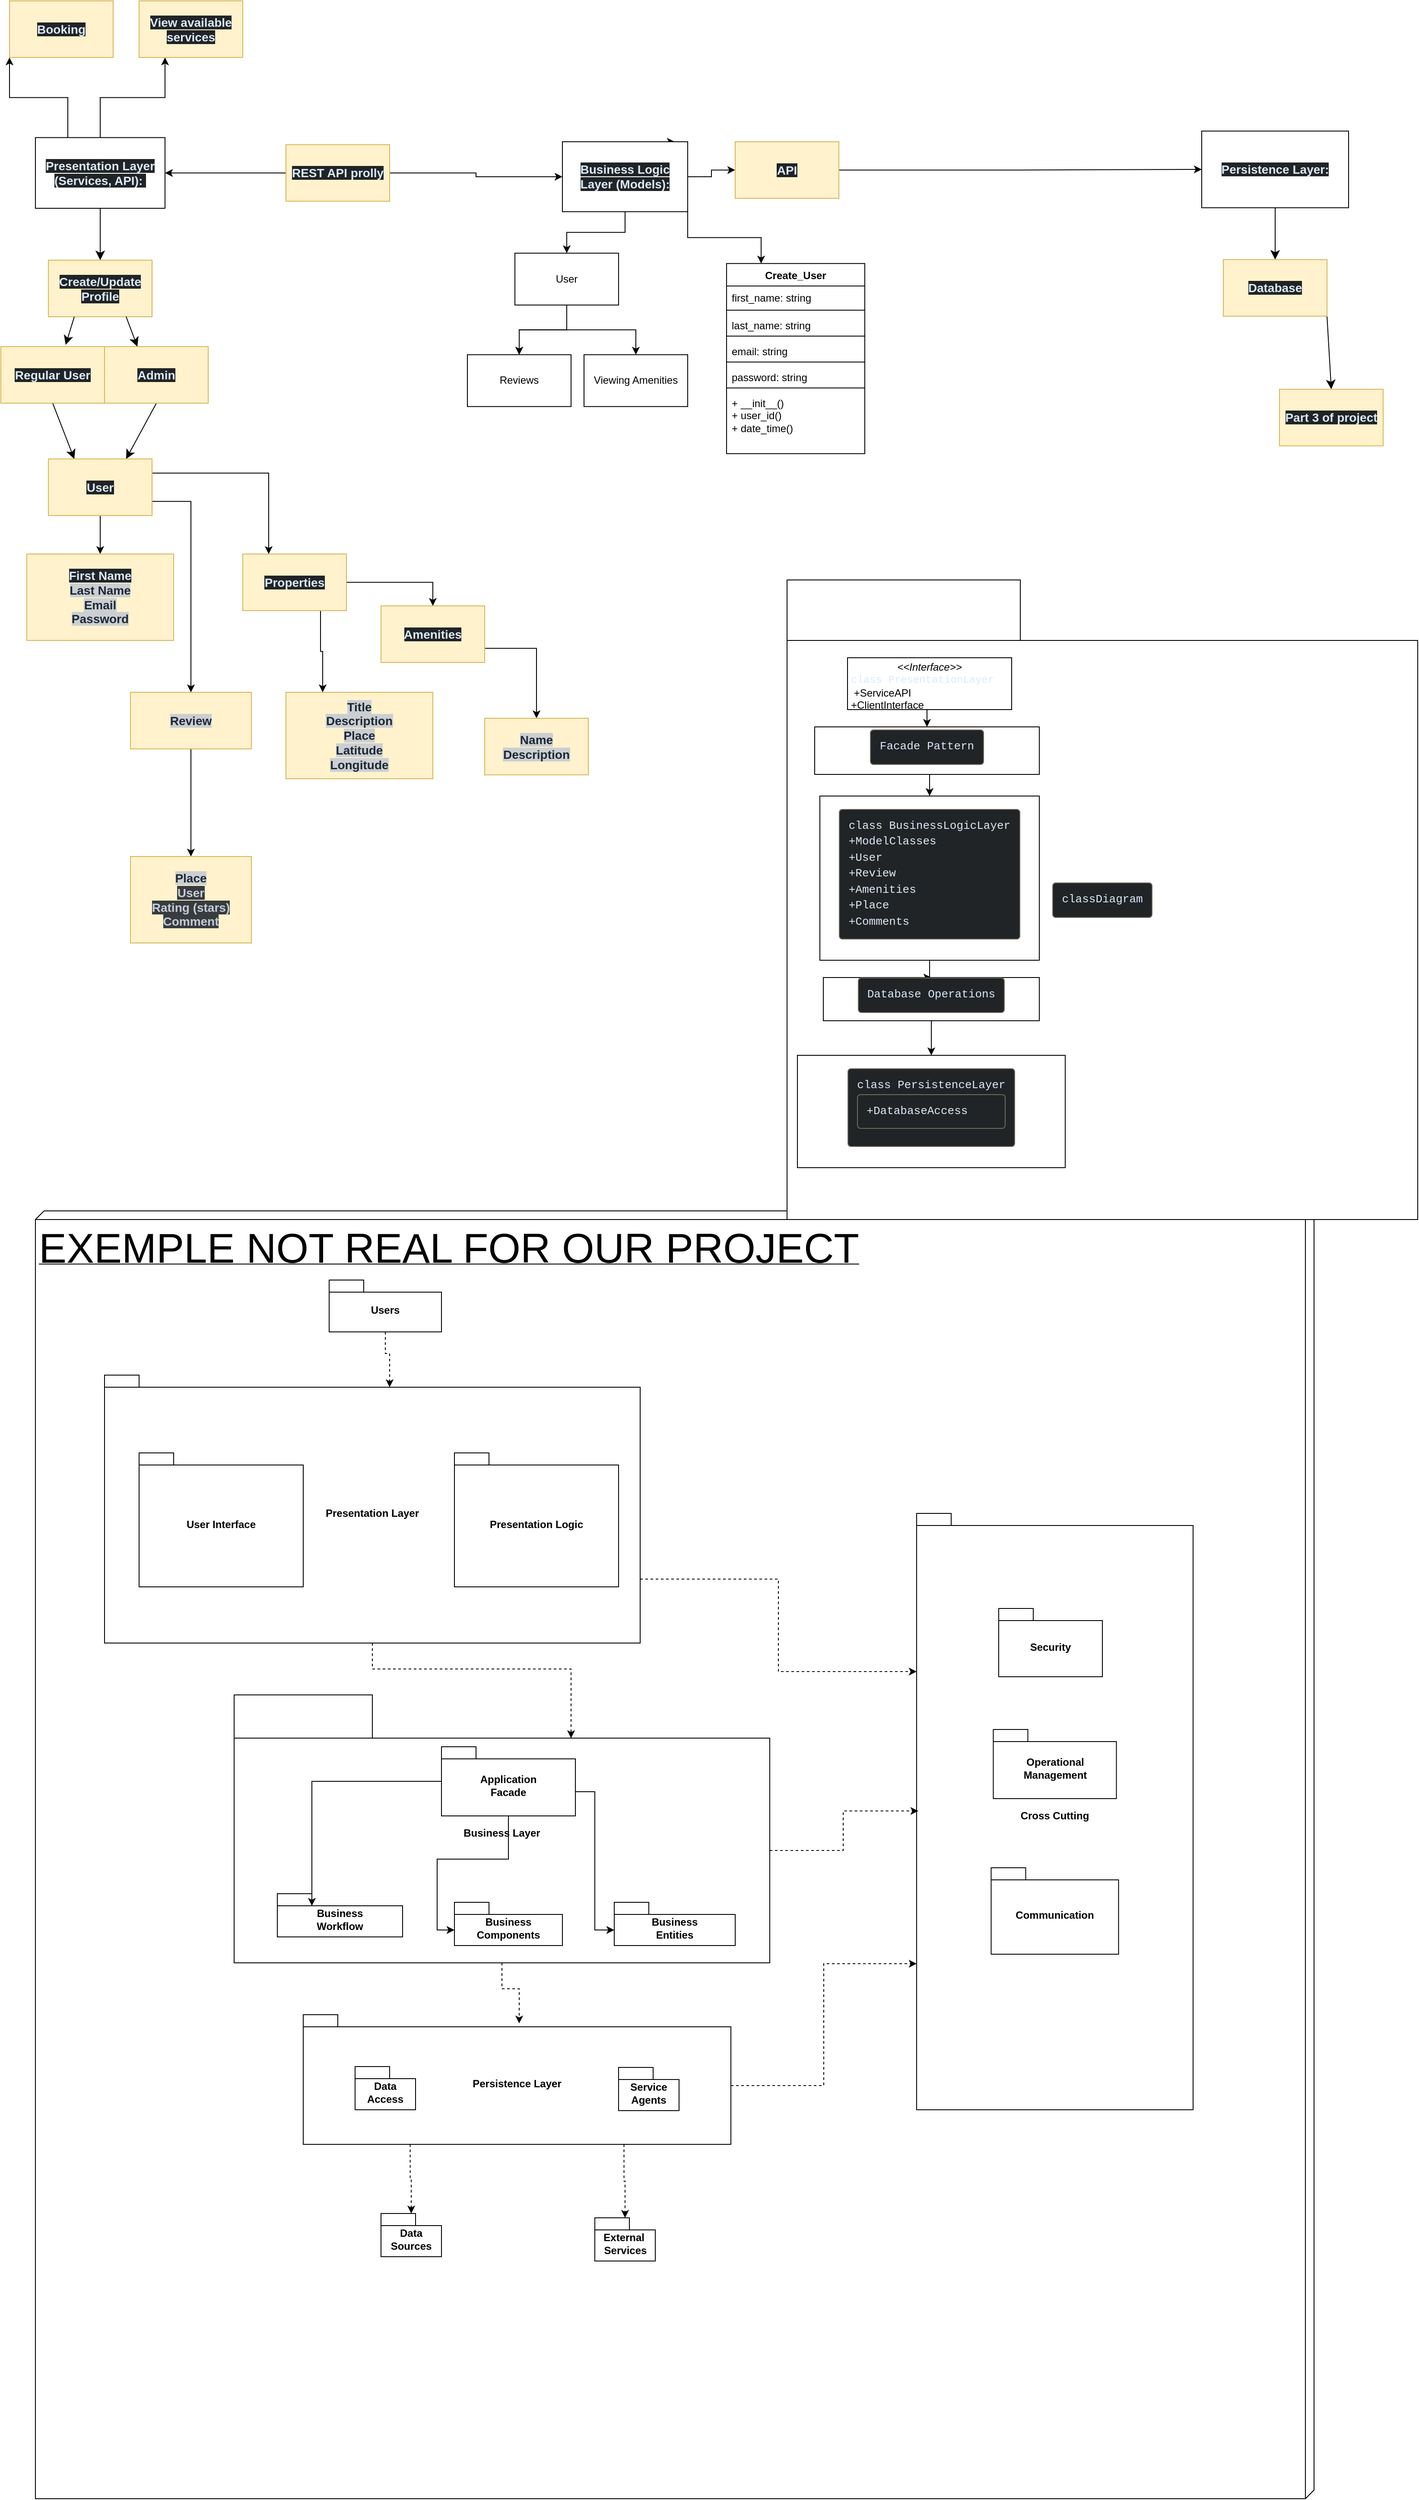
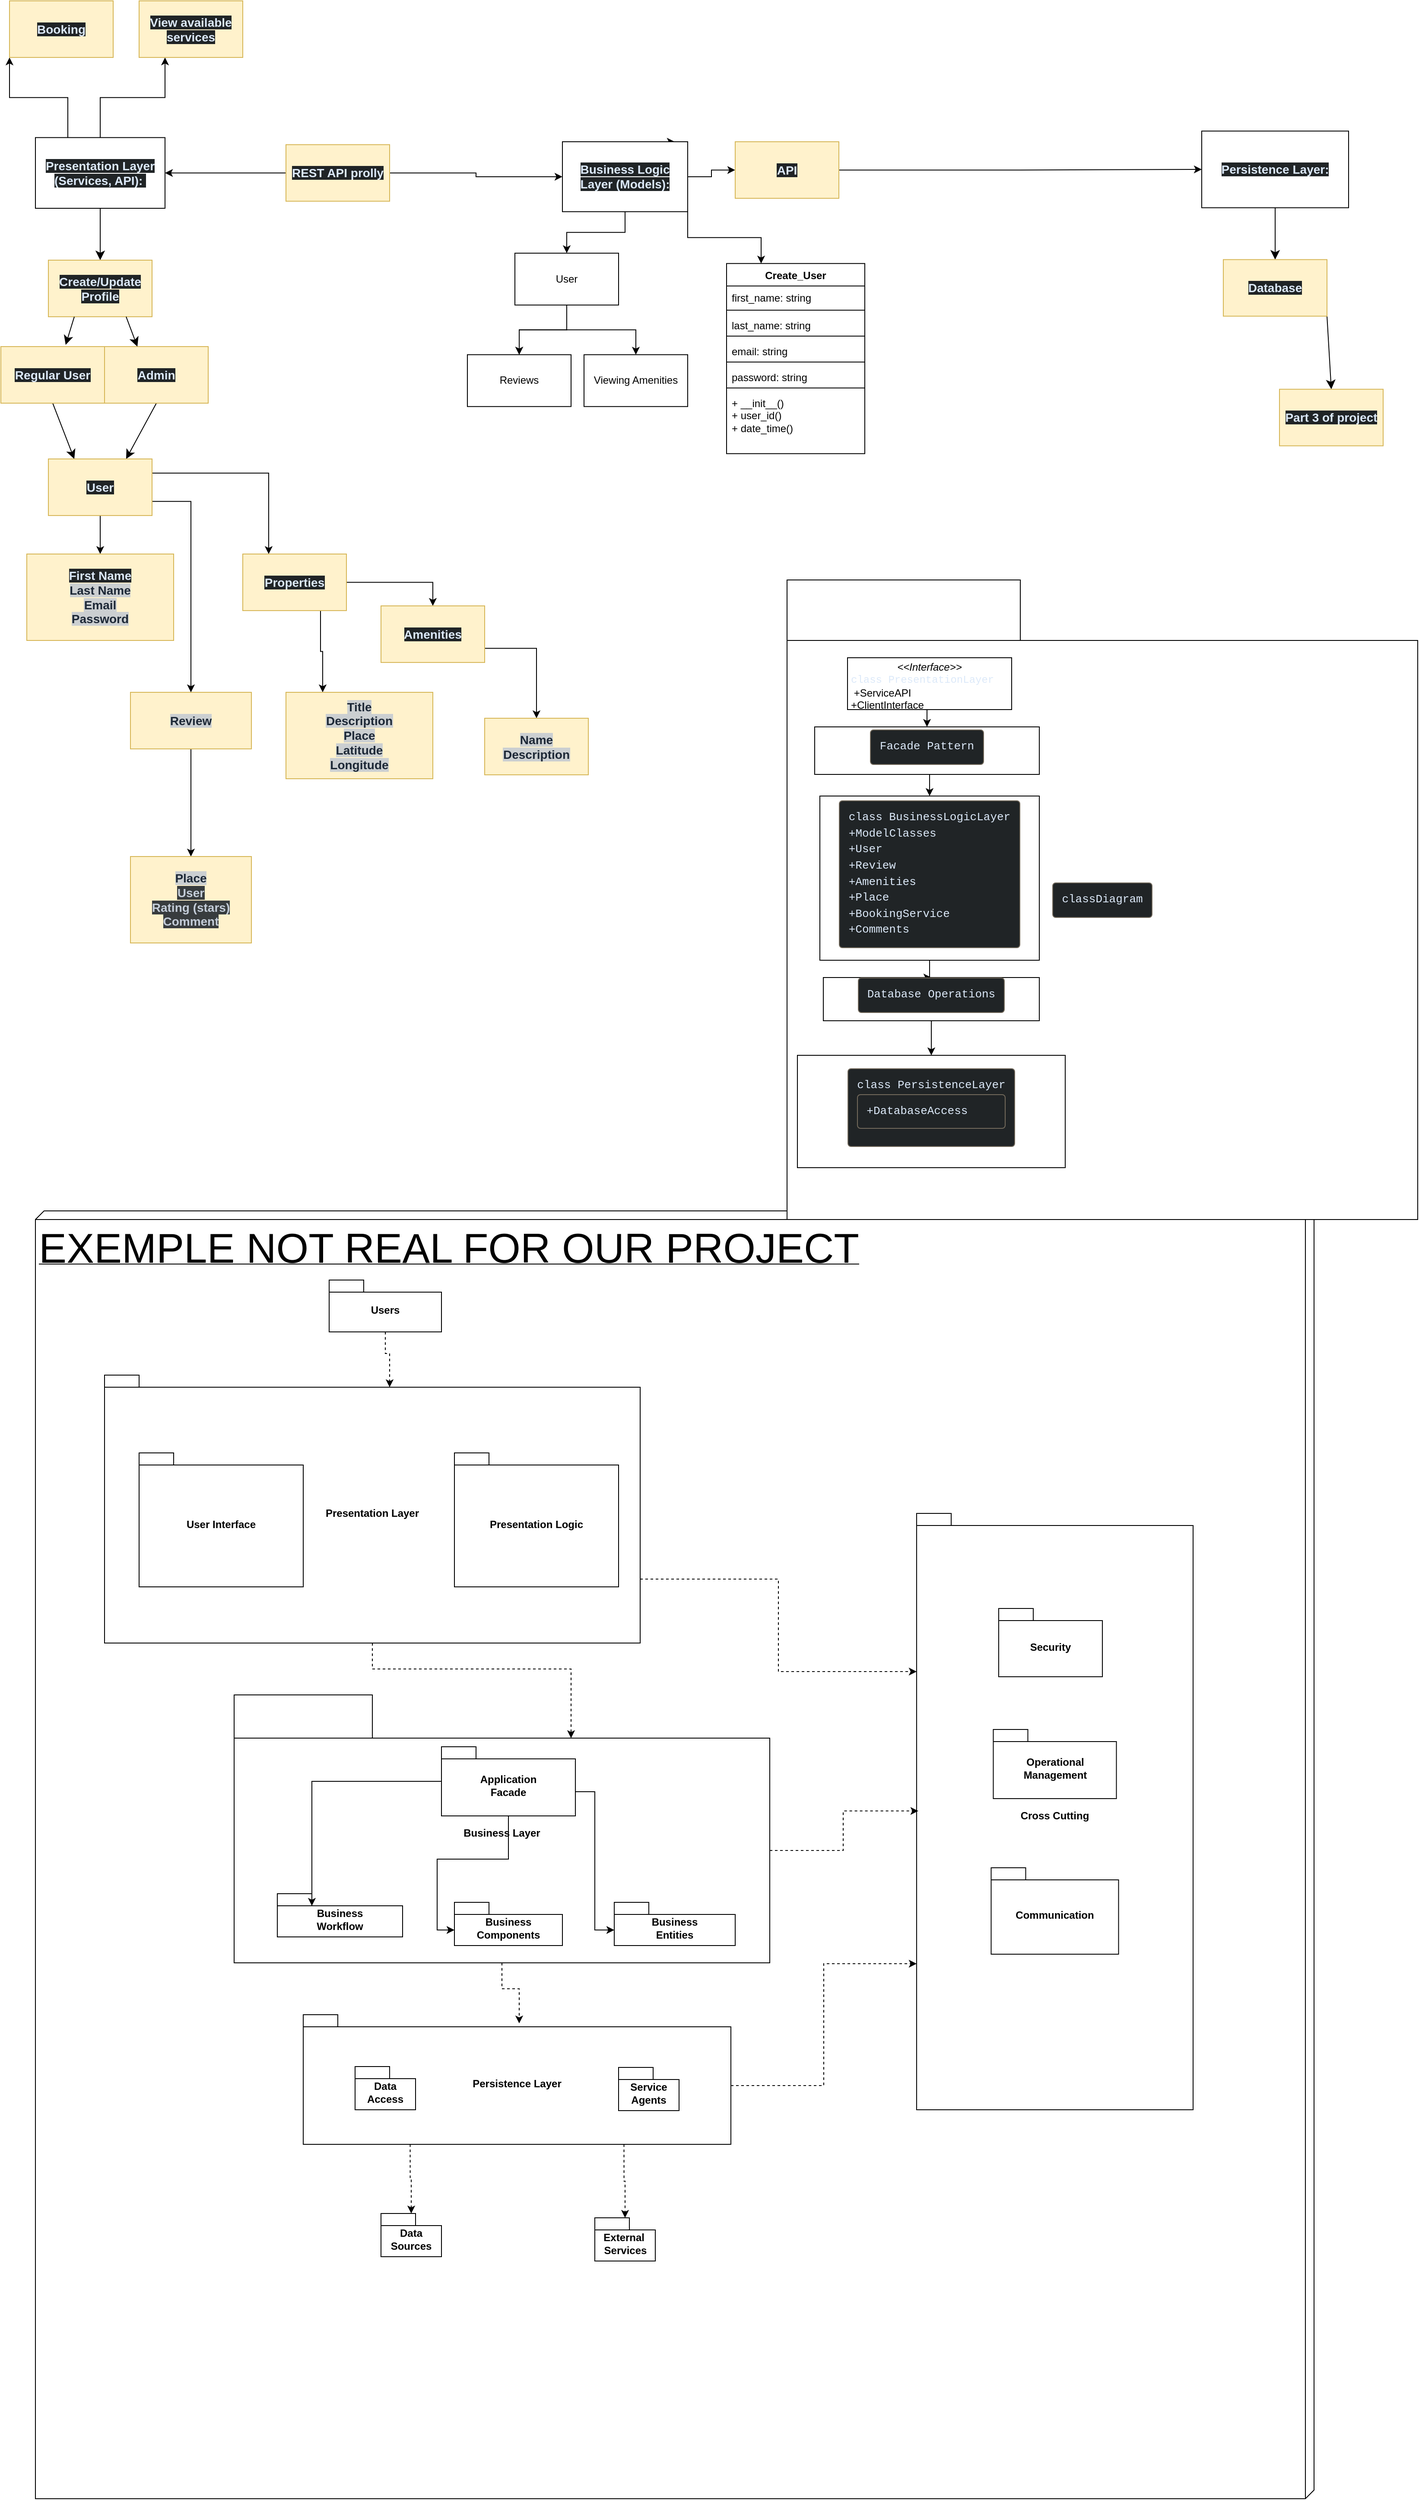
<mxfile host="app.diagrams.net">
  <diagram name="Page-1" id="-YqvBdWR7zro55ob8_1u">
-     <mxGraphModel dx="3757" dy="2047" grid="1" gridSize="10" guides="1" tooltips="1" connect="1" arrows="1" fold="1" page="1" pageScale="1" pageWidth="850" pageHeight="1100" math="0" shadow="0">
+     <mxGraphModel dx="1326" dy="722" grid="1" gridSize="10" guides="1" tooltips="1" connect="1" arrows="1" fold="1" page="1" pageScale="1" pageWidth="850" pageHeight="1100" math="0" shadow="0">
      <root>
        <mxCell id="0" />
        <mxCell id="1" parent="0" />
        <mxCell id="ak4_qq2vWhMhYVfdcJaX-1" parent="1" style="verticalAlign=top;align=left;spacingTop=8;spacingLeft=2;spacingRight=12;shape=cube;size=10;direction=south;fontStyle=4;html=1;whiteSpace=wrap;" value="&lt;font style=&quot;font-size: 48px;&quot;&gt;EXEMPLE NOT REAL FOR OUR PROJECT&lt;/font&gt;" vertex="1">
          <mxGeometry height="1490" width="1480" x="40" y="1500" as="geometry" />
        </mxCell>
        <mxCell id="Xk1fa7zEFvqhqLaLLcKz-15" parent="1" style="shape=folder;fontStyle=1;spacingTop=10;tabWidth=270;tabHeight=70;tabPosition=left;html=1;whiteSpace=wrap;" value="&lt;pre style=&quot;box-sizing: border-box; overflow: auto; font-family: Menlo, Monaco, Consolas, &amp;quot;Courier New&amp;quot;, monospace; font-size: 13px; margin: 0px 0px 10px; line-height: 1.42857; color: rgb(220, 233, 249); word-break: break-all; overflow-wrap: break-word; border-width: 1px; border-style: solid; border-image: initial; scrollbar-color: rgb(95, 99, 104) rgb(49, 54, 60); font-weight: 400; text-align: start; padding: 10px !important; background-color: rgb(32, 36, 38) !important; border-color: rgb(114, 105, 91) !important; border-radius: 4px !important;&quot;&gt;&lt;code class=&quot;mermaid language-mermaid&quot; style=&quot;box-sizing: border-box; font-family: Menlo, Monaco, Consolas, &amp;quot;Courier New&amp;quot;, monospace; font-size: inherit; padding: 0px; border-radius: 0px; white-space: pre-wrap; scrollbar-color: rgb(95, 99, 104) rgb(49, 54, 60); background-color: transparent !important;&quot;&gt;classDiagram&lt;/code&gt;&lt;/pre&gt;" vertex="1">
          <mxGeometry height="740" width="730" x="910" y="770" as="geometry" />
        </mxCell>
        <mxCell id="knfjWByLyRWuwcYY4K55-11" edge="1" parent="1" source="hUDn5ZNKDxH-Q9J3WyCt-1" style="edgeStyle=none;curved=1;rounded=0;orthogonalLoop=1;jettySize=auto;html=1;exitX=0.5;exitY=1;exitDx=0;exitDy=0;fontSize=12;startSize=8;endSize=8;" target="knfjWByLyRWuwcYY4K55-1">
          <mxGeometry relative="1" as="geometry" />
        </mxCell>
        <mxCell id="nrL1aRvaP8A3k5mvhdIb-1" edge="1" parent="1" source="hUDn5ZNKDxH-Q9J3WyCt-1" style="edgeStyle=orthogonalEdgeStyle;rounded=0;orthogonalLoop=1;jettySize=auto;html=1;exitX=0.25;exitY=0;exitDx=0;exitDy=0;entryX=0;entryY=1;entryDx=0;entryDy=0;" target="nDmQYND_-jVZAFU5oeKq-2">
          <mxGeometry relative="1" as="geometry" />
        </mxCell>
        <mxCell id="nrL1aRvaP8A3k5mvhdIb-2" edge="1" parent="1" source="hUDn5ZNKDxH-Q9J3WyCt-1" style="edgeStyle=orthogonalEdgeStyle;rounded=0;orthogonalLoop=1;jettySize=auto;html=1;exitX=0.5;exitY=0;exitDx=0;exitDy=0;entryX=0.25;entryY=1;entryDx=0;entryDy=0;" target="nDmQYND_-jVZAFU5oeKq-3">
          <mxGeometry relative="1" as="geometry" />
        </mxCell>
        <mxCell id="hUDn5ZNKDxH-Q9J3WyCt-1" parent="1" style="rounded=0;whiteSpace=wrap;html=1;" value="&lt;strong style=&quot;box-sizing: border-box; font-weight: bold; scrollbar-color: rgb(95, 99, 104) rgb(49, 54, 60); color: rgb(220, 233, 249); font-family: aktiv-grotesk, sans-serif; font-size: 14px; text-align: start; background-color: rgb(32, 36, 38);&quot;&gt;Presentation Layer (Services, API):&lt;/strong&gt;&lt;span style=&quot;color: rgb(220, 233, 249); font-family: aktiv-grotesk, sans-serif; font-size: 14px; text-align: start; background-color: rgb(32, 36, 38);&quot;&gt;&amp;nbsp;&lt;/span&gt;" vertex="1">
          <mxGeometry height="81.82" width="150" x="40" y="258.18" as="geometry" />
        </mxCell>
        <mxCell id="nrL1aRvaP8A3k5mvhdIb-28" edge="1" parent="1" source="hUDn5ZNKDxH-Q9J3WyCt-2" style="edgeStyle=orthogonalEdgeStyle;rounded=0;orthogonalLoop=1;jettySize=auto;html=1;exitX=0.75;exitY=0;exitDx=0;exitDy=0;">
          <mxGeometry relative="1" as="geometry">
            <mxPoint x="780" y="262.92" as="targetPoint" />
          </mxGeometry>
        </mxCell>
        <mxCell id="nrL1aRvaP8A3k5mvhdIb-29" edge="1" parent="1" source="hUDn5ZNKDxH-Q9J3WyCt-2" style="edgeStyle=orthogonalEdgeStyle;rounded=0;orthogonalLoop=1;jettySize=auto;html=1;exitX=1;exitY=0.5;exitDx=0;exitDy=0;entryX=0;entryY=0.5;entryDx=0;entryDy=0;" target="nrL1aRvaP8A3k5mvhdIb-25">
          <mxGeometry relative="1" as="geometry" />
        </mxCell>
        <mxCell id="IQe30unK_AcWwb2UXMVU-2" edge="1" parent="1" source="hUDn5ZNKDxH-Q9J3WyCt-2" style="edgeStyle=orthogonalEdgeStyle;rounded=0;orthogonalLoop=1;jettySize=auto;html=1;" target="IQe30unK_AcWwb2UXMVU-1" value="">
          <mxGeometry relative="1" as="geometry" />
        </mxCell>
        <mxCell id="bphd-XHS044pXj_6YrF3-8" edge="1" parent="1" source="hUDn5ZNKDxH-Q9J3WyCt-2" style="edgeStyle=orthogonalEdgeStyle;rounded=0;orthogonalLoop=1;jettySize=auto;html=1;exitX=1;exitY=1;exitDx=0;exitDy=0;entryX=0.25;entryY=0;entryDx=0;entryDy=0;" target="bphd-XHS044pXj_6YrF3-4">
          <mxGeometry relative="1" as="geometry" />
        </mxCell>
        <mxCell id="hUDn5ZNKDxH-Q9J3WyCt-2" parent="1" style="rounded=0;whiteSpace=wrap;html=1;" value="&lt;strong style=&quot;box-sizing: border-box; font-weight: bold; scrollbar-color: rgb(95, 99, 104) rgb(49, 54, 60); color: rgb(220, 233, 249); font-family: aktiv-grotesk, sans-serif; font-size: 14px; text-align: start; background-color: rgb(32, 36, 38);&quot;&gt;Business Logic Layer (Models):&lt;/strong&gt;" vertex="1">
          <mxGeometry height="80.93" width="145" x="650" y="262.99" as="geometry" />
        </mxCell>
        <mxCell id="knfjWByLyRWuwcYY4K55-10" edge="1" parent="1" source="hUDn5ZNKDxH-Q9J3WyCt-3" style="edgeStyle=none;curved=1;rounded=0;orthogonalLoop=1;jettySize=auto;html=1;exitX=0.5;exitY=1;exitDx=0;exitDy=0;entryX=0.5;entryY=0;entryDx=0;entryDy=0;fontSize=12;startSize=8;endSize=8;" target="knfjWByLyRWuwcYY4K55-9">
          <mxGeometry relative="1" as="geometry" />
        </mxCell>
        <mxCell id="hUDn5ZNKDxH-Q9J3WyCt-3" parent="1" style="rounded=0;whiteSpace=wrap;html=1;" value="&lt;strong style=&quot;box-sizing: border-box; font-weight: bold; scrollbar-color: rgb(95, 99, 104) rgb(49, 54, 60); color: rgb(220, 233, 249); font-family: aktiv-grotesk, sans-serif; font-size: 14px; text-align: start; background-color: rgb(32, 36, 38);&quot;&gt;Persistence Layer:&lt;/strong&gt;" vertex="1">
          <mxGeometry height="88.7" width="170" x="1390" y="250.65" as="geometry" />
        </mxCell>
        <mxCell id="nDmQYND_-jVZAFU5oeKq-2" parent="1" style="rounded=0;whiteSpace=wrap;html=1;fillColor=#fff2cc;strokeColor=#d6b656;" value="&lt;div style=&quot;text-align: start;&quot;&gt;&lt;font color=&quot;#dce9f9&quot; face=&quot;aktiv-grotesk, sans-serif&quot;&gt;&lt;span style=&quot;font-size: 14px; background-color: rgb(32, 36, 38);&quot;&gt;&lt;b&gt;Booking&lt;/b&gt;&lt;/span&gt;&lt;/font&gt;&lt;/div&gt;" vertex="1">
          <mxGeometry height="65.46" width="120" x="10" y="100" as="geometry" />
        </mxCell>
        <mxCell id="nDmQYND_-jVZAFU5oeKq-3" parent="1" style="rounded=0;whiteSpace=wrap;html=1;align=center;fillColor=#fff2cc;strokeColor=#d6b656;" value="&lt;div style=&quot;&quot;&gt;&lt;font color=&quot;#dce9f9&quot; face=&quot;aktiv-grotesk, sans-serif&quot;&gt;&lt;span style=&quot;font-size: 14px; background-color: rgb(32, 36, 38);&quot;&gt;&lt;b&gt;View available services&lt;/b&gt;&lt;/span&gt;&lt;/font&gt;&lt;/div&gt;" vertex="1">
          <mxGeometry height="65.46" width="120" x="160" y="100.00000000000003" as="geometry" />
        </mxCell>
        <mxCell id="bphd-XHS044pXj_6YrF3-2" edge="1" parent="1" source="nDmQYND_-jVZAFU5oeKq-4" style="edgeStyle=orthogonalEdgeStyle;rounded=0;orthogonalLoop=1;jettySize=auto;html=1;exitX=0.5;exitY=1;exitDx=0;exitDy=0;entryX=0.5;entryY=0;entryDx=0;entryDy=0;" target="bphd-XHS044pXj_6YrF3-1">
          <mxGeometry relative="1" as="geometry" />
        </mxCell>
        <mxCell id="nDmQYND_-jVZAFU5oeKq-4" parent="1" style="rounded=0;whiteSpace=wrap;html=1;align=center;fillColor=#fff2cc;strokeColor=#d6b656;" value="&lt;div style=&quot;&quot;&gt;&lt;font color=&quot;#1d2836&quot; face=&quot;aktiv-grotesk, sans-serif&quot;&gt;&lt;span style=&quot;font-size: 14px; background-color: rgb(203, 207, 209);&quot;&gt;&lt;b&gt;Review&lt;/b&gt;&lt;/span&gt;&lt;/font&gt;&lt;/div&gt;" vertex="1">
          <mxGeometry height="65.46" width="140" x="150" y="900" as="geometry" />
        </mxCell>
        <mxCell id="knfjWByLyRWuwcYY4K55-1" parent="1" style="rounded=0;whiteSpace=wrap;html=1;align=center;fillColor=#fff2cc;strokeColor=#d6b656;" value="&lt;div style=&quot;&quot;&gt;&lt;font color=&quot;#dce9f9&quot; face=&quot;aktiv-grotesk, sans-serif&quot;&gt;&lt;span style=&quot;font-size: 14px; background-color: rgb(32, 36, 38);&quot;&gt;&lt;b&gt;Create/Update Profile&lt;/b&gt;&lt;/span&gt;&lt;/font&gt;&lt;/div&gt;" vertex="1">
          <mxGeometry height="65.46" width="120" x="55" y="400" as="geometry" />
        </mxCell>
        <mxCell id="knfjWByLyRWuwcYY4K55-12" edge="1" parent="1" source="knfjWByLyRWuwcYY4K55-3" style="edgeStyle=none;curved=1;rounded=0;orthogonalLoop=1;jettySize=auto;html=1;exitX=0.5;exitY=1;exitDx=0;exitDy=0;entryX=0.25;entryY=0;entryDx=0;entryDy=0;fontSize=12;startSize=8;endSize=8;" target="knfjWByLyRWuwcYY4K55-7">
          <mxGeometry relative="1" as="geometry" />
        </mxCell>
        <mxCell id="knfjWByLyRWuwcYY4K55-3" parent="1" style="rounded=0;whiteSpace=wrap;html=1;align=center;fillColor=#fff2cc;strokeColor=#d6b656;" value="&lt;div style=&quot;&quot;&gt;&lt;font color=&quot;#dce9f9&quot; face=&quot;aktiv-grotesk, sans-serif&quot;&gt;&lt;span style=&quot;font-size: 14px; background-color: rgb(32, 36, 38);&quot;&gt;&lt;b&gt;Regular User&lt;/b&gt;&lt;/span&gt;&lt;/font&gt;&lt;/div&gt;" vertex="1">
          <mxGeometry height="65.46" width="120" y="500" as="geometry" />
        </mxCell>
        <mxCell id="knfjWByLyRWuwcYY4K55-13" edge="1" parent="1" source="knfjWByLyRWuwcYY4K55-4" style="edgeStyle=none;curved=1;rounded=0;orthogonalLoop=1;jettySize=auto;html=1;exitX=0.5;exitY=1;exitDx=0;exitDy=0;entryX=0.75;entryY=0;entryDx=0;entryDy=0;fontSize=12;startSize=8;endSize=8;" target="knfjWByLyRWuwcYY4K55-7">
          <mxGeometry relative="1" as="geometry" />
        </mxCell>
        <mxCell id="knfjWByLyRWuwcYY4K55-4" parent="1" style="rounded=0;whiteSpace=wrap;html=1;align=center;fillColor=#fff2cc;strokeColor=#d6b656;" value="&lt;div style=&quot;&quot;&gt;&lt;font color=&quot;#dce9f9&quot; face=&quot;aktiv-grotesk, sans-serif&quot;&gt;&lt;span style=&quot;font-size: 14px; background-color: rgb(32, 36, 38);&quot;&gt;&lt;b&gt;Admin&lt;/b&gt;&lt;/span&gt;&lt;/font&gt;&lt;/div&gt;" vertex="1">
          <mxGeometry height="65.46" width="120" x="120" y="500" as="geometry" />
        </mxCell>
        <mxCell id="knfjWByLyRWuwcYY4K55-5" edge="1" parent="1" source="knfjWByLyRWuwcYY4K55-1" style="edgeStyle=none;curved=1;rounded=0;orthogonalLoop=1;jettySize=auto;html=1;exitX=0.25;exitY=1;exitDx=0;exitDy=0;entryX=0.625;entryY=-0.031;entryDx=0;entryDy=0;entryPerimeter=0;fontSize=12;startSize=8;endSize=8;" target="knfjWByLyRWuwcYY4K55-3">
          <mxGeometry relative="1" as="geometry" />
        </mxCell>
        <mxCell id="knfjWByLyRWuwcYY4K55-6" edge="1" parent="1" source="knfjWByLyRWuwcYY4K55-1" style="edgeStyle=none;curved=1;rounded=0;orthogonalLoop=1;jettySize=auto;html=1;exitX=0.75;exitY=1;exitDx=0;exitDy=0;entryX=0.317;entryY=0;entryDx=0;entryDy=0;entryPerimeter=0;fontSize=12;startSize=8;endSize=8;" target="knfjWByLyRWuwcYY4K55-4">
          <mxGeometry relative="1" as="geometry" />
        </mxCell>
        <mxCell id="nrL1aRvaP8A3k5mvhdIb-16" edge="1" parent="1" source="knfjWByLyRWuwcYY4K55-7" style="edgeStyle=orthogonalEdgeStyle;rounded=0;orthogonalLoop=1;jettySize=auto;html=1;exitX=0.5;exitY=1;exitDx=0;exitDy=0;entryX=0.5;entryY=0;entryDx=0;entryDy=0;" target="nrL1aRvaP8A3k5mvhdIb-10">
          <mxGeometry relative="1" as="geometry" />
        </mxCell>
        <mxCell id="nrL1aRvaP8A3k5mvhdIb-18" edge="1" parent="1" source="knfjWByLyRWuwcYY4K55-7" style="edgeStyle=orthogonalEdgeStyle;rounded=0;orthogonalLoop=1;jettySize=auto;html=1;exitX=1;exitY=0.75;exitDx=0;exitDy=0;entryX=0.5;entryY=0;entryDx=0;entryDy=0;" target="nDmQYND_-jVZAFU5oeKq-4">
          <mxGeometry relative="1" as="geometry" />
        </mxCell>
        <mxCell id="nrL1aRvaP8A3k5mvhdIb-19" edge="1" parent="1" source="knfjWByLyRWuwcYY4K55-7" style="edgeStyle=orthogonalEdgeStyle;rounded=0;orthogonalLoop=1;jettySize=auto;html=1;exitX=1;exitY=0.25;exitDx=0;exitDy=0;entryX=0.25;entryY=0;entryDx=0;entryDy=0;" target="nrL1aRvaP8A3k5mvhdIb-3">
          <mxGeometry relative="1" as="geometry" />
        </mxCell>
        <mxCell id="knfjWByLyRWuwcYY4K55-7" parent="1" style="rounded=0;whiteSpace=wrap;html=1;align=center;fillColor=#fff2cc;strokeColor=#d6b656;" value="&lt;div style=&quot;&quot;&gt;&lt;font color=&quot;#dce9f9&quot; face=&quot;aktiv-grotesk, sans-serif&quot;&gt;&lt;span style=&quot;font-size: 14px; background-color: rgb(32, 36, 38);&quot;&gt;&lt;b&gt;User&lt;/b&gt;&lt;/span&gt;&lt;/font&gt;&lt;/div&gt;" vertex="1">
          <mxGeometry height="65.46" width="120" x="55" y="630" as="geometry" />
        </mxCell>
        <mxCell id="knfjWByLyRWuwcYY4K55-16" edge="1" parent="1" source="knfjWByLyRWuwcYY4K55-9" style="edgeStyle=none;curved=1;rounded=0;orthogonalLoop=1;jettySize=auto;html=1;exitX=1;exitY=1;exitDx=0;exitDy=0;entryX=0.5;entryY=0;entryDx=0;entryDy=0;fontSize=12;startSize=8;endSize=8;" target="knfjWByLyRWuwcYY4K55-14">
          <mxGeometry relative="1" as="geometry" />
        </mxCell>
        <mxCell id="knfjWByLyRWuwcYY4K55-9" parent="1" style="rounded=0;whiteSpace=wrap;html=1;align=center;fillColor=#fff2cc;strokeColor=#d6b656;" value="&lt;div style=&quot;&quot;&gt;&lt;font color=&quot;#dce9f9&quot; face=&quot;aktiv-grotesk, sans-serif&quot;&gt;&lt;span style=&quot;font-size: 14px; background-color: rgb(32, 36, 38);&quot;&gt;&lt;b&gt;Database&lt;/b&gt;&lt;/span&gt;&lt;/font&gt;&lt;/div&gt;" vertex="1">
          <mxGeometry height="65.46" width="120" x="1415" y="399.35" as="geometry" />
        </mxCell>
        <mxCell id="knfjWByLyRWuwcYY4K55-14" parent="1" style="rounded=0;whiteSpace=wrap;html=1;align=center;fillColor=#fff2cc;strokeColor=#d6b656;" value="&lt;div style=&quot;&quot;&gt;&lt;font color=&quot;#dce9f9&quot; face=&quot;aktiv-grotesk, sans-serif&quot;&gt;&lt;span style=&quot;font-size: 14px; background-color: rgb(32, 36, 38);&quot;&gt;&lt;b&gt;Part 3 of project&lt;/b&gt;&lt;/span&gt;&lt;/font&gt;&lt;/div&gt;" vertex="1">
          <mxGeometry height="65.46" width="120" x="1480" y="549.35" as="geometry" />
        </mxCell>
        <mxCell id="bphd-XHS044pXj_6YrF3-3" edge="1" parent="1" source="nrL1aRvaP8A3k5mvhdIb-3" style="edgeStyle=orthogonalEdgeStyle;rounded=0;orthogonalLoop=1;jettySize=auto;html=1;exitX=0.75;exitY=1;exitDx=0;exitDy=0;entryX=0.25;entryY=0;entryDx=0;entryDy=0;" target="nrL1aRvaP8A3k5mvhdIb-20">
          <mxGeometry relative="1" as="geometry">
            <mxPoint x="370.11764705882365" y="910" as="targetPoint" />
          </mxGeometry>
        </mxCell>
        <mxCell id="bphd-XHS044pXj_6YrF3-10" edge="1" parent="1" source="nrL1aRvaP8A3k5mvhdIb-3" style="edgeStyle=orthogonalEdgeStyle;rounded=0;orthogonalLoop=1;jettySize=auto;html=1;exitX=1;exitY=0.5;exitDx=0;exitDy=0;entryX=0.5;entryY=0;entryDx=0;entryDy=0;" target="bphd-XHS044pXj_6YrF3-9">
          <mxGeometry relative="1" as="geometry" />
        </mxCell>
        <mxCell id="nrL1aRvaP8A3k5mvhdIb-3" parent="1" style="rounded=0;whiteSpace=wrap;html=1;align=center;fillColor=#fff2cc;strokeColor=#d6b656;" value="&lt;div style=&quot;&quot;&gt;&lt;font color=&quot;#dce9f9&quot; face=&quot;aktiv-grotesk, sans-serif&quot;&gt;&lt;span style=&quot;font-size: 14px; background-color: rgb(32, 36, 38);&quot;&gt;&lt;b&gt;Properties&lt;/b&gt;&lt;/span&gt;&lt;/font&gt;&lt;/div&gt;" vertex="1">
          <mxGeometry height="65.46" width="120" x="280" y="740" as="geometry" />
        </mxCell>
        <mxCell id="nrL1aRvaP8A3k5mvhdIb-10" parent="1" style="rounded=0;whiteSpace=wrap;html=1;align=center;fillColor=#fff2cc;strokeColor=#d6b656;" value="&lt;div style=&quot;&quot;&gt;&lt;font color=&quot;#dce9f9&quot; face=&quot;aktiv-grotesk, sans-serif&quot;&gt;&lt;span style=&quot;font-size: 14px; background-color: rgb(32, 36, 38);&quot;&gt;&lt;b&gt;First Name&lt;/b&gt;&lt;/span&gt;&lt;/font&gt;&lt;/div&gt;&lt;div style=&quot;&quot;&gt;&lt;font color=&quot;#1d2836&quot; face=&quot;aktiv-grotesk, sans-serif&quot;&gt;&lt;span style=&quot;font-size: 14px; background-color: rgb(203, 207, 209);&quot;&gt;&lt;b&gt;Last Name&lt;/b&gt;&lt;/span&gt;&lt;/font&gt;&lt;/div&gt;&lt;div style=&quot;&quot;&gt;&lt;font color=&quot;#1d2836&quot; face=&quot;aktiv-grotesk, sans-serif&quot;&gt;&lt;span style=&quot;font-size: 14px; background-color: rgb(203, 207, 209);&quot;&gt;&lt;b&gt;Email&lt;/b&gt;&lt;/span&gt;&lt;/font&gt;&lt;/div&gt;&lt;div style=&quot;&quot;&gt;&lt;font color=&quot;#1d2836&quot; face=&quot;aktiv-grotesk, sans-serif&quot;&gt;&lt;span style=&quot;font-size: 14px; background-color: rgb(203, 207, 209);&quot;&gt;&lt;b&gt;Password&lt;/b&gt;&lt;/span&gt;&lt;/font&gt;&lt;/div&gt;" vertex="1">
          <mxGeometry height="100" width="170" x="30" y="740" as="geometry" />
        </mxCell>
        <mxCell id="nrL1aRvaP8A3k5mvhdIb-20" parent="1" style="rounded=0;whiteSpace=wrap;html=1;align=center;fillColor=#fff2cc;strokeColor=#d6b656;" value="&lt;div style=&quot;&quot;&gt;&lt;font color=&quot;#1d2836&quot; face=&quot;aktiv-grotesk, sans-serif&quot;&gt;&lt;span style=&quot;font-size: 14px; background-color: rgb(203, 207, 209);&quot;&gt;&lt;b&gt;Title&lt;/b&gt;&lt;/span&gt;&lt;/font&gt;&lt;/div&gt;&lt;div style=&quot;&quot;&gt;&lt;font color=&quot;#1d2836&quot; face=&quot;aktiv-grotesk, sans-serif&quot;&gt;&lt;span style=&quot;font-size: 14px; background-color: rgb(203, 207, 209);&quot;&gt;&lt;b&gt;Description&lt;/b&gt;&lt;/span&gt;&lt;/font&gt;&lt;/div&gt;&lt;div style=&quot;&quot;&gt;&lt;font color=&quot;#1d2836&quot; face=&quot;aktiv-grotesk, sans-serif&quot;&gt;&lt;span style=&quot;font-size: 14px; background-color: rgb(203, 207, 209);&quot;&gt;&lt;b&gt;Place&lt;/b&gt;&lt;/span&gt;&lt;/font&gt;&lt;/div&gt;&lt;div style=&quot;&quot;&gt;&lt;font color=&quot;#1d2836&quot; face=&quot;aktiv-grotesk, sans-serif&quot;&gt;&lt;span style=&quot;font-size: 14px; background-color: rgb(203, 207, 209);&quot;&gt;&lt;b&gt;Latitude&lt;/b&gt;&lt;/span&gt;&lt;/font&gt;&lt;/div&gt;&lt;div style=&quot;&quot;&gt;&lt;font color=&quot;#1d2836&quot; face=&quot;aktiv-grotesk, sans-serif&quot;&gt;&lt;span style=&quot;font-size: 14px; background-color: rgb(203, 207, 209);&quot;&gt;&lt;b&gt;Longitude&lt;/b&gt;&lt;/span&gt;&lt;/font&gt;&lt;/div&gt;" vertex="1">
          <mxGeometry height="100" width="170" x="330" y="900" as="geometry" />
        </mxCell>
        <mxCell id="nrL1aRvaP8A3k5mvhdIb-26" edge="1" parent="1" source="nrL1aRvaP8A3k5mvhdIb-24" style="edgeStyle=orthogonalEdgeStyle;rounded=0;orthogonalLoop=1;jettySize=auto;html=1;exitX=1;exitY=0.5;exitDx=0;exitDy=0;" target="hUDn5ZNKDxH-Q9J3WyCt-2">
          <mxGeometry relative="1" as="geometry">
            <mxPoint x="610" y="299.5700000000001" as="sourcePoint" />
          </mxGeometry>
        </mxCell>
        <mxCell id="nrL1aRvaP8A3k5mvhdIb-27" edge="1" parent="1" source="nrL1aRvaP8A3k5mvhdIb-24" style="edgeStyle=orthogonalEdgeStyle;rounded=0;orthogonalLoop=1;jettySize=auto;html=1;exitX=0;exitY=0.5;exitDx=0;exitDy=0;entryX=1;entryY=0.5;entryDx=0;entryDy=0;" target="hUDn5ZNKDxH-Q9J3WyCt-1">
          <mxGeometry relative="1" as="geometry" />
        </mxCell>
        <mxCell id="nrL1aRvaP8A3k5mvhdIb-24" parent="1" style="rounded=0;whiteSpace=wrap;html=1;align=center;fillColor=#fff2cc;strokeColor=#d6b656;" value="&lt;div style=&quot;&quot;&gt;&lt;font color=&quot;#dce9f9&quot; face=&quot;aktiv-grotesk, sans-serif&quot;&gt;&lt;span style=&quot;font-size: 14px; background-color: rgb(32, 36, 38);&quot;&gt;&lt;b&gt;REST API prolly&lt;/b&gt;&lt;/span&gt;&lt;/font&gt;&lt;/div&gt;" vertex="1">
          <mxGeometry height="65.46" width="120" x="330" y="266.35999999999996" as="geometry" />
        </mxCell>
        <mxCell id="nrL1aRvaP8A3k5mvhdIb-30" edge="1" parent="1" source="nrL1aRvaP8A3k5mvhdIb-25" style="edgeStyle=orthogonalEdgeStyle;rounded=0;orthogonalLoop=1;jettySize=auto;html=1;exitX=1;exitY=0.5;exitDx=0;exitDy=0;entryX=0;entryY=0.5;entryDx=0;entryDy=0;" target="hUDn5ZNKDxH-Q9J3WyCt-3">
          <mxGeometry relative="1" as="geometry" />
        </mxCell>
        <mxCell id="nrL1aRvaP8A3k5mvhdIb-25" parent="1" style="rounded=0;whiteSpace=wrap;html=1;align=center;fillColor=#fff2cc;strokeColor=#d6b656;" value="&lt;div style=&quot;&quot;&gt;&lt;font color=&quot;#dce9f9&quot; face=&quot;aktiv-grotesk, sans-serif&quot;&gt;&lt;span style=&quot;font-size: 14px; background-color: rgb(32, 36, 38);&quot;&gt;&lt;b&gt;API&lt;/b&gt;&lt;/span&gt;&lt;/font&gt;&lt;/div&gt;" vertex="1">
          <mxGeometry height="65.46" width="120" x="850" y="262.99" as="geometry" />
        </mxCell>
        <mxCell id="bphd-XHS044pXj_6YrF3-1" parent="1" style="rounded=0;whiteSpace=wrap;html=1;align=center;fillColor=#fff2cc;strokeColor=#d6b656;" value="&lt;div style=&quot;&quot;&gt;&lt;font color=&quot;#1d2836&quot; face=&quot;aktiv-grotesk, sans-serif&quot;&gt;&lt;span style=&quot;font-size: 14px; background-color: rgb(203, 207, 209);&quot;&gt;&lt;b&gt;Place&lt;/b&gt;&lt;/span&gt;&lt;/font&gt;&lt;/div&gt;&lt;div style=&quot;&quot;&gt;&lt;font color=&quot;#c4cdd9&quot; face=&quot;aktiv-grotesk, sans-serif&quot;&gt;&lt;span style=&quot;font-size: 14px; background-color: rgb(56, 60, 62);&quot;&gt;&lt;b&gt;User&lt;/b&gt;&lt;/span&gt;&lt;/font&gt;&lt;/div&gt;&lt;div style=&quot;&quot;&gt;&lt;font color=&quot;#c4cdd9&quot; face=&quot;aktiv-grotesk, sans-serif&quot;&gt;&lt;span style=&quot;font-size: 14px; background-color: rgb(56, 60, 62);&quot;&gt;&lt;b&gt;Rating (stars)&lt;/b&gt;&lt;/span&gt;&lt;/font&gt;&lt;/div&gt;&lt;div style=&quot;&quot;&gt;&lt;font color=&quot;#c4cdd9&quot; face=&quot;aktiv-grotesk, sans-serif&quot;&gt;&lt;span style=&quot;font-size: 14px; background-color: rgb(56, 60, 62);&quot;&gt;&lt;b&gt;Comment&lt;/b&gt;&lt;/span&gt;&lt;/font&gt;&lt;/div&gt;" vertex="1">
          <mxGeometry height="100" width="140" x="150" y="1090" as="geometry" />
        </mxCell>
        <mxCell id="IQe30unK_AcWwb2UXMVU-4" edge="1" parent="1" source="IQe30unK_AcWwb2UXMVU-1" style="edgeStyle=orthogonalEdgeStyle;rounded=0;orthogonalLoop=1;jettySize=auto;html=1;" target="IQe30unK_AcWwb2UXMVU-3" value="">
          <mxGeometry relative="1" as="geometry" />
        </mxCell>
        <mxCell id="bphd-XHS044pXj_6YrF3-4" parent="1" style="swimlane;fontStyle=1;align=center;verticalAlign=top;childLayout=stackLayout;horizontal=1;startSize=26;horizontalStack=0;resizeParent=1;resizeParentMax=0;resizeLast=0;collapsible=1;marginBottom=0;whiteSpace=wrap;html=1;" value="Create_User" vertex="1">
          <mxGeometry height="220" width="160" x="840" y="403.92" as="geometry" />
        </mxCell>
        <mxCell id="bphd-XHS044pXj_6YrF3-5" parent="bphd-XHS044pXj_6YrF3-4" style="text;strokeColor=none;fillColor=none;align=left;verticalAlign=top;spacingLeft=4;spacingRight=4;overflow=hidden;rotatable=0;points=[[0,0.5],[1,0.5]];portConstraint=eastwest;whiteSpace=wrap;html=1;" value="first_name: string&lt;div&gt;&lt;br&gt;&lt;/div&gt;" vertex="1">
          <mxGeometry height="24" width="160" y="26" as="geometry" />
        </mxCell>
        <mxCell id="bphd-XHS044pXj_6YrF3-6" parent="bphd-XHS044pXj_6YrF3-4" style="line;strokeWidth=1;fillColor=none;align=left;verticalAlign=middle;spacingTop=-1;spacingLeft=3;spacingRight=3;rotatable=0;labelPosition=right;points=[];portConstraint=eastwest;strokeColor=inherit;" value="" vertex="1">
          <mxGeometry height="8" width="160" y="50" as="geometry" />
        </mxCell>
        <mxCell id="1CZEDAOxRYAH5AQD7Mqk-3" parent="bphd-XHS044pXj_6YrF3-4" style="text;strokeColor=none;fillColor=none;align=left;verticalAlign=top;spacingLeft=4;spacingRight=4;overflow=hidden;rotatable=0;points=[[0,0.5],[1,0.5]];portConstraint=eastwest;whiteSpace=wrap;html=1;" value="&lt;div&gt;last_name: string&lt;/div&gt;" vertex="1">
          <mxGeometry height="22" width="160" y="58" as="geometry" />
        </mxCell>
        <mxCell id="1CZEDAOxRYAH5AQD7Mqk-4" parent="bphd-XHS044pXj_6YrF3-4" style="line;strokeWidth=1;fillColor=none;align=left;verticalAlign=middle;spacingTop=-1;spacingLeft=3;spacingRight=3;rotatable=0;labelPosition=right;points=[];portConstraint=eastwest;strokeColor=inherit;" value="" vertex="1">
          <mxGeometry height="8" width="160" y="80" as="geometry" />
        </mxCell>
        <mxCell id="1CZEDAOxRYAH5AQD7Mqk-5" parent="bphd-XHS044pXj_6YrF3-4" style="text;strokeColor=none;fillColor=none;align=left;verticalAlign=top;spacingLeft=4;spacingRight=4;overflow=hidden;rotatable=0;points=[[0,0.5],[1,0.5]];portConstraint=eastwest;whiteSpace=wrap;html=1;" value="&lt;div&gt;email: string&lt;/div&gt;" vertex="1">
          <mxGeometry height="22" width="160" y="88" as="geometry" />
        </mxCell>
        <mxCell id="1CZEDAOxRYAH5AQD7Mqk-7" parent="bphd-XHS044pXj_6YrF3-4" style="line;strokeWidth=1;fillColor=none;align=left;verticalAlign=middle;spacingTop=-1;spacingLeft=3;spacingRight=3;rotatable=0;labelPosition=right;points=[];portConstraint=eastwest;strokeColor=inherit;" value="" vertex="1">
          <mxGeometry height="8" width="160" y="110" as="geometry" />
        </mxCell>
        <mxCell id="1CZEDAOxRYAH5AQD7Mqk-6" parent="bphd-XHS044pXj_6YrF3-4" style="text;strokeColor=none;fillColor=none;align=left;verticalAlign=top;spacingLeft=4;spacingRight=4;overflow=hidden;rotatable=0;points=[[0,0.5],[1,0.5]];portConstraint=eastwest;whiteSpace=wrap;html=1;" value="&lt;div&gt;password: string&lt;/div&gt;" vertex="1">
          <mxGeometry height="22" width="160" y="118" as="geometry" />
        </mxCell>
        <mxCell id="1CZEDAOxRYAH5AQD7Mqk-8" parent="bphd-XHS044pXj_6YrF3-4" style="line;strokeWidth=1;fillColor=none;align=left;verticalAlign=middle;spacingTop=-1;spacingLeft=3;spacingRight=3;rotatable=0;labelPosition=right;points=[];portConstraint=eastwest;strokeColor=inherit;" value="" vertex="1">
          <mxGeometry height="8" width="160" y="140" as="geometry" />
        </mxCell>
        <mxCell id="bphd-XHS044pXj_6YrF3-7" parent="bphd-XHS044pXj_6YrF3-4" style="text;strokeColor=none;fillColor=none;align=left;verticalAlign=top;spacingLeft=4;spacingRight=4;overflow=hidden;rotatable=0;points=[[0,0.5],[1,0.5]];portConstraint=eastwest;whiteSpace=wrap;html=1;" value="+ __init__()&lt;div&gt;+ user_id()&lt;/div&gt;&lt;div&gt;+ date_time()&lt;/div&gt;" vertex="1">
          <mxGeometry height="72" width="160" y="148" as="geometry" />
        </mxCell>
        <mxCell id="IQe30unK_AcWwb2UXMVU-5" edge="1" parent="1" source="IQe30unK_AcWwb2UXMVU-1" style="edgeStyle=orthogonalEdgeStyle;rounded=0;orthogonalLoop=1;jettySize=auto;html=1;" target="IQe30unK_AcWwb2UXMVU-3" value="">
          <mxGeometry relative="1" as="geometry" />
        </mxCell>
        <mxCell id="IQe30unK_AcWwb2UXMVU-7" edge="1" parent="1" source="IQe30unK_AcWwb2UXMVU-1" style="edgeStyle=orthogonalEdgeStyle;rounded=0;orthogonalLoop=1;jettySize=auto;html=1;" target="IQe30unK_AcWwb2UXMVU-6" value="">
          <mxGeometry relative="1" as="geometry" />
        </mxCell>
        <mxCell id="IQe30unK_AcWwb2UXMVU-1" parent="1" style="whiteSpace=wrap;html=1;rounded=0;" value="User" vertex="1">
          <mxGeometry height="60" width="120" x="595" y="391.9150000000001" as="geometry" />
        </mxCell>
        <mxCell id="IQe30unK_AcWwb2UXMVU-3" parent="1" style="whiteSpace=wrap;html=1;rounded=0;" value="Reviews" vertex="1">
          <mxGeometry height="60" width="120" x="540" y="509.3750000000001" as="geometry" />
        </mxCell>
        <mxCell id="IQe30unK_AcWwb2UXMVU-6" parent="1" style="whiteSpace=wrap;html=1;rounded=0;" value="Viewing Amenities" vertex="1">
          <mxGeometry height="60" width="120" x="675" y="509.37500000000006" as="geometry" />
        </mxCell>
        <mxCell id="bphd-XHS044pXj_6YrF3-12" edge="1" parent="1" source="bphd-XHS044pXj_6YrF3-9" style="edgeStyle=orthogonalEdgeStyle;rounded=0;orthogonalLoop=1;jettySize=auto;html=1;exitX=1;exitY=0.75;exitDx=0;exitDy=0;entryX=0.5;entryY=0;entryDx=0;entryDy=0;" target="bphd-XHS044pXj_6YrF3-11">
          <mxGeometry relative="1" as="geometry" />
        </mxCell>
        <mxCell id="bphd-XHS044pXj_6YrF3-9" parent="1" style="rounded=0;whiteSpace=wrap;html=1;align=center;fillColor=#fff2cc;strokeColor=#d6b656;" value="&lt;div style=&quot;&quot;&gt;&lt;font color=&quot;#dce9f9&quot; face=&quot;aktiv-grotesk, sans-serif&quot;&gt;&lt;span style=&quot;font-size: 14px; background-color: rgb(32, 36, 38);&quot;&gt;&lt;b&gt;Amenities&lt;/b&gt;&lt;/span&gt;&lt;/font&gt;&lt;/div&gt;" vertex="1">
          <mxGeometry height="65.46" width="120" x="440" y="800" as="geometry" />
        </mxCell>
        <mxCell id="bphd-XHS044pXj_6YrF3-11" parent="1" style="rounded=0;whiteSpace=wrap;html=1;align=center;fillColor=#fff2cc;strokeColor=#d6b656;" value="&lt;div style=&quot;&quot;&gt;&lt;font color=&quot;#1d2836&quot; face=&quot;aktiv-grotesk, sans-serif&quot;&gt;&lt;span style=&quot;font-size: 14px; background-color: rgb(203, 207, 209);&quot;&gt;&lt;b&gt;Name&lt;/b&gt;&lt;/span&gt;&lt;/font&gt;&lt;/div&gt;&lt;div style=&quot;&quot;&gt;&lt;font color=&quot;#1d2836&quot; face=&quot;aktiv-grotesk, sans-serif&quot;&gt;&lt;span style=&quot;font-size: 14px; background-color: rgb(203, 207, 209);&quot;&gt;&lt;b&gt;Description&lt;/b&gt;&lt;/span&gt;&lt;/font&gt;&lt;/div&gt;" vertex="1">
          <mxGeometry height="65.46" width="120" x="560" y="930" as="geometry" />
        </mxCell>
        <mxCell id="bphd-XHS044pXj_6YrF3-17" parent="1" style="shape=folder;fontStyle=1;spacingTop=10;tabWidth=40;tabHeight=14;tabPosition=left;html=1;whiteSpace=wrap;" value="Presentation Layer" vertex="1">
          <mxGeometry height="310" width="620" x="120" y="1690" as="geometry" />
        </mxCell>
        <mxCell id="bphd-XHS044pXj_6YrF3-19" parent="1" style="shape=folder;fontStyle=1;spacingTop=10;tabWidth=160;tabHeight=50;tabPosition=left;html=1;whiteSpace=wrap;" value="Business Layer" vertex="1">
          <mxGeometry height="310" width="620" x="270" y="2060" as="geometry" />
        </mxCell>
        <mxCell id="5oGTE3Xe48jpl4K919ed-21" edge="1" parent="1" source="bphd-XHS044pXj_6YrF3-20" style="edgeStyle=orthogonalEdgeStyle;rounded=0;orthogonalLoop=1;jettySize=auto;html=1;exitX=0.25;exitY=1;exitDx=0;exitDy=0;exitPerimeter=0;dashed=1;" target="5oGTE3Xe48jpl4K919ed-22">
          <mxGeometry relative="1" as="geometry">
            <mxPoint x="473.6923076923076" y="2640" as="targetPoint" />
          </mxGeometry>
        </mxCell>
        <mxCell id="5oGTE3Xe48jpl4K919ed-23" edge="1" parent="1" source="bphd-XHS044pXj_6YrF3-20" style="edgeStyle=orthogonalEdgeStyle;rounded=0;orthogonalLoop=1;jettySize=auto;html=1;exitX=0.75;exitY=1;exitDx=0;exitDy=0;exitPerimeter=0;dashed=1;" target="5oGTE3Xe48jpl4K919ed-24">
          <mxGeometry relative="1" as="geometry">
            <mxPoint x="721.3846153846152" y="2650" as="targetPoint" />
          </mxGeometry>
        </mxCell>
        <mxCell id="bphd-XHS044pXj_6YrF3-20" parent="1" style="shape=folder;fontStyle=1;spacingTop=10;tabWidth=40;tabHeight=14;tabPosition=left;html=1;whiteSpace=wrap;" value="Persistence Layer" vertex="1">
          <mxGeometry height="150" width="495" x="350" y="2430" as="geometry" />
        </mxCell>
        <mxCell id="bphd-XHS044pXj_6YrF3-21" parent="1" style="shape=folder;fontStyle=1;spacingTop=10;tabWidth=40;tabHeight=14;tabPosition=left;html=1;whiteSpace=wrap;" value="Presentation Logic" vertex="1">
          <mxGeometry height="155" width="190" x="525" y="1780" as="geometry" />
        </mxCell>
        <mxCell id="bphd-XHS044pXj_6YrF3-24" parent="1" style="shape=folder;fontStyle=1;spacingTop=10;tabWidth=40;tabHeight=14;tabPosition=left;html=1;whiteSpace=wrap;" value="User Interface" vertex="1">
          <mxGeometry height="155" width="190" x="160" y="1780" as="geometry" />
        </mxCell>
        <mxCell id="5oGTE3Xe48jpl4K919ed-3" edge="1" parent="1" source="5oGTE3Xe48jpl4K919ed-1" style="edgeStyle=orthogonalEdgeStyle;rounded=0;orthogonalLoop=1;jettySize=auto;html=1;exitX=0.5;exitY=1;exitDx=0;exitDy=0;exitPerimeter=0;entryX=0;entryY=0;entryDx=330;entryDy=14;entryPerimeter=0;dashed=1;" target="bphd-XHS044pXj_6YrF3-17">
          <mxGeometry relative="1" as="geometry" />
        </mxCell>
        <mxCell id="5oGTE3Xe48jpl4K919ed-1" parent="1" style="shape=folder;fontStyle=1;spacingTop=10;tabWidth=40;tabHeight=14;tabPosition=left;html=1;whiteSpace=wrap;" value="Users" vertex="1">
          <mxGeometry height="60" width="130" x="380" y="1580" as="geometry" />
        </mxCell>
        <mxCell id="5oGTE3Xe48jpl4K919ed-5" edge="1" parent="1" source="bphd-XHS044pXj_6YrF3-17" style="edgeStyle=orthogonalEdgeStyle;rounded=0;orthogonalLoop=1;jettySize=auto;html=1;exitX=0.5;exitY=1;exitDx=0;exitDy=0;exitPerimeter=0;entryX=0;entryY=0;entryDx=390;entryDy=50;entryPerimeter=0;dashed=1;" target="bphd-XHS044pXj_6YrF3-19">
          <mxGeometry relative="1" as="geometry" />
        </mxCell>
        <mxCell id="5oGTE3Xe48jpl4K919ed-6" edge="1" parent="1" source="bphd-XHS044pXj_6YrF3-19" style="edgeStyle=orthogonalEdgeStyle;rounded=0;orthogonalLoop=1;jettySize=auto;html=1;exitX=0.5;exitY=1;exitDx=0;exitDy=0;exitPerimeter=0;entryX=0.505;entryY=0.067;entryDx=0;entryDy=0;entryPerimeter=0;dashed=1;" target="bphd-XHS044pXj_6YrF3-20">
          <mxGeometry relative="1" as="geometry" />
        </mxCell>
        <mxCell id="5oGTE3Xe48jpl4K919ed-9" parent="1" style="shape=folder;fontStyle=1;spacingTop=10;tabWidth=40;tabHeight=14;tabPosition=left;html=1;whiteSpace=wrap;" value="Application&lt;div&gt;Facade&lt;/div&gt;" vertex="1">
          <mxGeometry height="80" width="155" x="510" y="2120" as="geometry" />
        </mxCell>
        <mxCell id="5oGTE3Xe48jpl4K919ed-10" parent="1" style="shape=folder;fontStyle=1;spacingTop=10;tabWidth=40;tabHeight=14;tabPosition=left;html=1;whiteSpace=wrap;" value="Business&lt;div&gt;Entities&lt;/div&gt;" vertex="1">
          <mxGeometry height="50" width="140" x="710" y="2300" as="geometry" />
        </mxCell>
        <mxCell id="5oGTE3Xe48jpl4K919ed-11" edge="1" parent="1" source="5oGTE3Xe48jpl4K919ed-9" style="edgeStyle=orthogonalEdgeStyle;rounded=0;orthogonalLoop=1;jettySize=auto;html=1;exitX=0;exitY=0;exitDx=155;exitDy=52;exitPerimeter=0;entryX=0;entryY=0;entryDx=0;entryDy=32;entryPerimeter=0;" target="5oGTE3Xe48jpl4K919ed-10">
          <mxGeometry relative="1" as="geometry" />
        </mxCell>
        <mxCell id="5oGTE3Xe48jpl4K919ed-12" parent="1" style="shape=folder;fontStyle=1;spacingTop=10;tabWidth=40;tabHeight=14;tabPosition=left;html=1;whiteSpace=wrap;" value="Business&lt;div&gt;Workflow&lt;/div&gt;" vertex="1">
          <mxGeometry height="50" width="145" x="320" y="2290" as="geometry" />
        </mxCell>
        <mxCell id="5oGTE3Xe48jpl4K919ed-14" edge="1" parent="1" source="5oGTE3Xe48jpl4K919ed-9" style="edgeStyle=orthogonalEdgeStyle;rounded=0;orthogonalLoop=1;jettySize=auto;html=1;entryX=0;entryY=0;entryDx=40;entryDy=14;entryPerimeter=0;" target="5oGTE3Xe48jpl4K919ed-12">
          <mxGeometry relative="1" as="geometry" />
        </mxCell>
        <mxCell id="5oGTE3Xe48jpl4K919ed-15" parent="1" style="shape=folder;fontStyle=1;spacingTop=10;tabWidth=40;tabHeight=14;tabPosition=left;html=1;whiteSpace=wrap;" value="Business&lt;div&gt;Components&lt;/div&gt;" vertex="1">
          <mxGeometry height="50" width="125" x="525" y="2300" as="geometry" />
        </mxCell>
        <mxCell id="5oGTE3Xe48jpl4K919ed-18" edge="1" parent="1" source="5oGTE3Xe48jpl4K919ed-9" style="edgeStyle=orthogonalEdgeStyle;rounded=0;orthogonalLoop=1;jettySize=auto;html=1;exitX=0.5;exitY=1;exitDx=0;exitDy=0;exitPerimeter=0;entryX=0;entryY=0;entryDx=0;entryDy=32;entryPerimeter=0;" target="5oGTE3Xe48jpl4K919ed-15">
          <mxGeometry relative="1" as="geometry" />
        </mxCell>
        <mxCell id="5oGTE3Xe48jpl4K919ed-19" parent="1" style="shape=folder;fontStyle=1;spacingTop=10;tabWidth=40;tabHeight=14;tabPosition=left;html=1;whiteSpace=wrap;" value="Data Access" vertex="1">
          <mxGeometry height="50" width="70" x="410" y="2490" as="geometry" />
        </mxCell>
        <mxCell id="5oGTE3Xe48jpl4K919ed-20" parent="1" style="shape=folder;fontStyle=1;spacingTop=10;tabWidth=40;tabHeight=14;tabPosition=left;html=1;whiteSpace=wrap;" value="Service Agents" vertex="1">
          <mxGeometry height="50" width="70" x="715" y="2491" as="geometry" />
        </mxCell>
        <mxCell id="5oGTE3Xe48jpl4K919ed-22" parent="1" style="shape=folder;fontStyle=1;spacingTop=10;tabWidth=40;tabHeight=14;tabPosition=left;html=1;whiteSpace=wrap;" value="Data Sources" vertex="1">
          <mxGeometry height="50" width="70" x="440.0023076923076" y="2660" as="geometry" />
        </mxCell>
        <mxCell id="5oGTE3Xe48jpl4K919ed-24" parent="1" style="shape=folder;fontStyle=1;spacingTop=10;tabWidth=40;tabHeight=14;tabPosition=left;html=1;whiteSpace=wrap;" value="External&amp;nbsp;&lt;br&gt;Services" vertex="1">
          <mxGeometry height="50" width="70" x="687.5046153846152" y="2665" as="geometry" />
        </mxCell>
        <mxCell id="5oGTE3Xe48jpl4K919ed-25" parent="1" style="shape=folder;fontStyle=1;spacingTop=10;tabWidth=40;tabHeight=14;tabPosition=left;html=1;whiteSpace=wrap;" value="Cross Cutting" vertex="1">
          <mxGeometry height="690" width="320" x="1060" y="1850" as="geometry" />
        </mxCell>
        <mxCell id="5oGTE3Xe48jpl4K919ed-26" parent="1" style="shape=folder;fontStyle=1;spacingTop=10;tabWidth=40;tabHeight=14;tabPosition=left;html=1;whiteSpace=wrap;" value="Security" vertex="1">
          <mxGeometry height="79" width="120" x="1155" y="1960" as="geometry" />
        </mxCell>
        <mxCell id="5oGTE3Xe48jpl4K919ed-27" parent="1" style="shape=folder;fontStyle=1;spacingTop=10;tabWidth=40;tabHeight=14;tabPosition=left;html=1;whiteSpace=wrap;" value="Operational Management" vertex="1">
          <mxGeometry height="80" width="142.5" x="1148.75" y="2100" as="geometry" />
        </mxCell>
        <mxCell id="5oGTE3Xe48jpl4K919ed-28" parent="1" style="shape=folder;fontStyle=1;spacingTop=10;tabWidth=40;tabHeight=14;tabPosition=left;html=1;whiteSpace=wrap;" value="Communication" vertex="1">
          <mxGeometry height="100" width="147.5" x="1146.25" y="2260" as="geometry" />
        </mxCell>
        <mxCell id="5oGTE3Xe48jpl4K919ed-29" edge="1" parent="1" source="bphd-XHS044pXj_6YrF3-20" style="edgeStyle=orthogonalEdgeStyle;rounded=0;orthogonalLoop=1;jettySize=auto;html=1;exitX=0;exitY=0;exitDx=495;exitDy=82;exitPerimeter=0;entryX=0;entryY=0;entryDx=0;entryDy=521;entryPerimeter=0;dashed=1;" target="5oGTE3Xe48jpl4K919ed-25">
          <mxGeometry relative="1" as="geometry" />
        </mxCell>
        <mxCell id="5oGTE3Xe48jpl4K919ed-30" edge="1" parent="1" source="bphd-XHS044pXj_6YrF3-19" style="edgeStyle=orthogonalEdgeStyle;rounded=0;orthogonalLoop=1;jettySize=auto;html=1;exitX=0;exitY=0;exitDx=620;exitDy=180;exitPerimeter=0;entryX=0.006;entryY=0.499;entryDx=0;entryDy=0;entryPerimeter=0;dashed=1;" target="5oGTE3Xe48jpl4K919ed-25">
          <mxGeometry relative="1" as="geometry" />
        </mxCell>
        <mxCell id="5oGTE3Xe48jpl4K919ed-31" edge="1" parent="1" source="bphd-XHS044pXj_6YrF3-17" style="edgeStyle=orthogonalEdgeStyle;rounded=0;orthogonalLoop=1;jettySize=auto;html=1;exitX=0;exitY=0;exitDx=620;exitDy=236;exitPerimeter=0;entryX=0;entryY=0;entryDx=0;entryDy=183;entryPerimeter=0;dashed=1;" target="5oGTE3Xe48jpl4K919ed-25">
          <mxGeometry relative="1" as="geometry" />
        </mxCell>
        <mxCell id="Xk1fa7zEFvqhqLaLLcKz-10" edge="1" parent="1" source="Xk1fa7zEFvqhqLaLLcKz-18" style="edgeStyle=orthogonalEdgeStyle;rounded=0;orthogonalLoop=1;jettySize=auto;html=1;exitX=0.5;exitY=1;exitDx=0;exitDy=0;entryX=0.5;entryY=0;entryDx=0;entryDy=0;" target="Xk1fa7zEFvqhqLaLLcKz-7">
          <mxGeometry relative="1" as="geometry" />
        </mxCell>
        <mxCell id="Xk1fa7zEFvqhqLaLLcKz-6" parent="1" style="verticalAlign=top;align=left;overflow=fill;html=1;whiteSpace=wrap;" value="&lt;p style=&quot;margin:0px;margin-top:4px;text-align:center;&quot;&gt;&lt;i&gt;&amp;lt;&amp;lt;Interface&amp;gt;&amp;gt;&lt;/i&gt;&lt;br&gt;&lt;/p&gt;&lt;p style=&quot;margin:0px;margin-left:4px;&quot;&gt;&lt;span style=&quot;background-color: transparent; font-family: Menlo, Monaco, Consolas, &amp;quot;Courier New&amp;quot;, monospace; font-size: inherit; white-space: pre-wrap; color: rgb(220, 233, 249);&quot;&gt;class PresentationLayer&lt;/span&gt;&lt;/p&gt;&lt;p style=&quot;margin:0px;margin-left:4px;&quot;&gt;&amp;nbsp;+ServiceAPI&lt;br&gt;+ClientInterface&lt;/p&gt;" vertex="1">
          <mxGeometry height="60" width="190" x="980" y="860" as="geometry" />
        </mxCell>
        <mxCell id="Xk1fa7zEFvqhqLaLLcKz-12" edge="1" parent="1" source="Xk1fa7zEFvqhqLaLLcKz-20" style="edgeStyle=orthogonalEdgeStyle;rounded=0;orthogonalLoop=1;jettySize=auto;html=1;exitX=0.5;exitY=1;exitDx=0;exitDy=0;" target="Xk1fa7zEFvqhqLaLLcKz-11">
          <mxGeometry relative="1" as="geometry" />
        </mxCell>
-         <mxCell id="Xk1fa7zEFvqhqLaLLcKz-7" parent="1" style="html=1;whiteSpace=wrap;" value="&lt;pre style=&quot;box-sizing: border-box; overflow: auto; font-family: Menlo, Monaco, Consolas, &amp;quot;Courier New&amp;quot;, monospace; font-size: 13px; margin: 0px 0px 10px; line-height: 1.42857; color: rgb(220, 233, 249); word-break: break-all; overflow-wrap: break-word; border: 1px solid rgb(114, 105, 91); scrollbar-color: rgb(95, 99, 104) rgb(49, 54, 60); text-align: start; background-color: rgb(32, 36, 38); padding: 10px !important; border-radius: 4px !important;&quot;&gt;&lt;code class=&quot;mermaid language-mermaid&quot; style=&quot;box-sizing: border-box; font-family: Menlo, Monaco, Consolas, &amp;quot;Courier New&amp;quot;, monospace; font-size: inherit; padding: 0px; border-radius: 0px; white-space: pre-wrap; scrollbar-color: rgb(95, 99, 104) rgb(49, 54, 60); background-color: transparent !important;&quot;&gt;class BusinessLogicLayer&lt;br&gt;+&lt;/code&gt;ModelClasses&lt;br&gt;+User&lt;br&gt;+Review&lt;br&gt;+Amenities&lt;br&gt;+Place&lt;br&gt;+Comments&lt;/pre&gt;" vertex="1">
+         <mxCell id="Xk1fa7zEFvqhqLaLLcKz-7" parent="1" style="html=1;whiteSpace=wrap;" value="&lt;pre style=&quot;box-sizing: border-box; overflow: auto; font-family: Menlo, Monaco, Consolas, &amp;quot;Courier New&amp;quot;, monospace; font-size: 13px; margin: 0px 0px 10px; line-height: 1.42857; color: rgb(220, 233, 249); word-break: break-all; overflow-wrap: break-word; border: 1px solid rgb(114, 105, 91); scrollbar-color: rgb(95, 99, 104) rgb(49, 54, 60); text-align: start; background-color: rgb(32, 36, 38); padding: 10px !important; border-radius: 4px !important;&quot;&gt;&lt;code class=&quot;mermaid language-mermaid&quot; style=&quot;box-sizing: border-box; font-family: Menlo, Monaco, Consolas, &amp;quot;Courier New&amp;quot;, monospace; font-size: inherit; padding: 0px; border-radius: 0px; white-space: pre-wrap; scrollbar-color: rgb(95, 99, 104) rgb(49, 54, 60); background-color: transparent !important;&quot;&gt;class BusinessLogicLayer&lt;br&gt;+&lt;/code&gt;ModelClasses&lt;br&gt;+User&lt;br&gt;+Review&lt;br&gt;+Amenities&lt;br&gt;+Place&lt;br&gt;+BookingService&lt;br&gt;+Comments&lt;/pre&gt;" vertex="1">
          <mxGeometry height="190" width="254" x="948" y="1020" as="geometry" />
        </mxCell>
        <mxCell id="Xk1fa7zEFvqhqLaLLcKz-11" parent="1" style="html=1;whiteSpace=wrap;" value="&lt;pre style=&quot;box-sizing: border-box; overflow: auto; font-family: Menlo, Monaco, Consolas, &amp;quot;Courier New&amp;quot;, monospace; font-size: 13px; margin: 0px 0px 10px; line-height: 1.42857; color: rgb(220, 233, 249); word-break: break-all; overflow-wrap: break-word; border: 1px solid rgb(114, 105, 91); scrollbar-color: rgb(95, 99, 104) rgb(49, 54, 60); text-align: start; padding: 10px !important; background-color: rgb(32, 36, 38); border-radius: 4px !important;&quot;&gt;&lt;code class=&quot;mermaid language-mermaid&quot; style=&quot;box-sizing: border-box; font-family: Menlo, Monaco, Consolas, &amp;quot;Courier New&amp;quot;, monospace; font-size: inherit; padding: 0px; border-radius: 0px; white-space: pre-wrap; scrollbar-color: rgb(95, 99, 104) rgb(49, 54, 60); background-color: transparent !important;&quot;&gt;class PersistenceLayer&lt;br&gt;&lt;pre style=&quot;box-sizing: border-box; overflow: auto; font-family: Menlo, Monaco, Consolas, &amp;quot;Courier New&amp;quot;, monospace; margin: 0px 0px 10px; line-height: 1.42857; color: rgb(220, 233, 249); word-break: break-all; overflow-wrap: break-word; border-width: 1px; border-style: solid; border-image: initial; scrollbar-color: rgb(95, 99, 104) rgb(49, 54, 60); padding: 10px !important; background-color: rgb(32, 36, 38) !important; border-color: rgb(114, 105, 91) !important; border-radius: 4px !important;&quot;&gt;&lt;code class=&quot;mermaid language-mermaid&quot; style=&quot;box-sizing: border-box; font-family: Menlo, Monaco, Consolas, &amp;quot;Courier New&amp;quot;, monospace; font-size: inherit; padding: 0px; border-radius: 0px; white-space: pre-wrap; scrollbar-color: rgb(95, 99, 104) rgb(49, 54, 60); background-color: transparent !important;&quot;&gt;+DatabaseAccess&lt;/code&gt;&lt;/pre&gt;&lt;/code&gt;&lt;/pre&gt;" vertex="1">
          <mxGeometry height="130" width="310" x="922" y="1320" as="geometry" />
        </mxCell>
        <mxCell id="Xk1fa7zEFvqhqLaLLcKz-17" edge="1" parent="1" source="Xk1fa7zEFvqhqLaLLcKz-6" style="edgeStyle=orthogonalEdgeStyle;rounded=0;orthogonalLoop=1;jettySize=auto;html=1;exitX=0.5;exitY=1;exitDx=0;exitDy=0;entryX=0.5;entryY=0;entryDx=0;entryDy=0;" target="Xk1fa7zEFvqhqLaLLcKz-18" value="">
          <mxGeometry relative="1" as="geometry">
            <mxPoint x="1075" y="920" as="sourcePoint" />
            <mxPoint x="1075" y="1020" as="targetPoint" />
          </mxGeometry>
        </mxCell>
        <mxCell id="Xk1fa7zEFvqhqLaLLcKz-18" parent="1" style="html=1;whiteSpace=wrap;" value="&lt;pre style=&quot;box-sizing: border-box; overflow: auto; font-family: Menlo, Monaco, Consolas, &amp;quot;Courier New&amp;quot;, monospace; font-size: 13px; margin: 0px 0px 10px; line-height: 1.42857; color: rgb(220, 233, 249); word-break: break-all; overflow-wrap: break-word; border-width: 1px; border-style: solid; border-image: initial; scrollbar-color: rgb(95, 99, 104) rgb(49, 54, 60); text-align: start; padding: 10px !important; background-color: rgb(32, 36, 38) !important; border-color: rgb(114, 105, 91) !important; border-radius: 4px !important;&quot;&gt;&lt;code class=&quot;mermaid language-mermaid&quot; style=&quot;box-sizing: border-box; font-family: Menlo, Monaco, Consolas, &amp;quot;Courier New&amp;quot;, monospace; font-size: inherit; padding: 0px; border-radius: 0px; white-space: pre-wrap; scrollbar-color: rgb(95, 99, 104) rgb(49, 54, 60); background-color: transparent !important;&quot;&gt;Facade Pattern&lt;/code&gt;&lt;/pre&gt;" vertex="1">
          <mxGeometry height="55" width="260" x="942" y="940" as="geometry" />
        </mxCell>
        <mxCell id="Xk1fa7zEFvqhqLaLLcKz-19" edge="1" parent="1" source="Xk1fa7zEFvqhqLaLLcKz-7" style="edgeStyle=orthogonalEdgeStyle;rounded=0;orthogonalLoop=1;jettySize=auto;html=1;exitX=0.5;exitY=1;exitDx=0;exitDy=0;" target="Xk1fa7zEFvqhqLaLLcKz-20" value="">
          <mxGeometry relative="1" as="geometry">
            <mxPoint x="1075" y="1210" as="sourcePoint" />
            <mxPoint x="1075" y="1280" as="targetPoint" />
          </mxGeometry>
        </mxCell>
        <mxCell id="Xk1fa7zEFvqhqLaLLcKz-20" parent="1" style="html=1;whiteSpace=wrap;" value="&lt;pre style=&quot;box-sizing: border-box; overflow: auto; font-family: Menlo, Monaco, Consolas, &amp;quot;Courier New&amp;quot;, monospace; font-size: 13px; margin: 0px 0px 10px; line-height: 1.42857; color: rgb(220, 233, 249); word-break: break-all; overflow-wrap: break-word; border-width: 1px; border-style: solid; border-image: initial; scrollbar-color: rgb(95, 99, 104) rgb(49, 54, 60); text-align: start; padding: 10px !important; background-color: rgb(32, 36, 38) !important; border-color: rgb(114, 105, 91) !important; border-radius: 4px !important;&quot;&gt;&lt;code class=&quot;mermaid language-mermaid&quot; style=&quot;box-sizing: border-box; font-family: Menlo, Monaco, Consolas, &amp;quot;Courier New&amp;quot;, monospace; font-size: inherit; padding: 0px; border-radius: 0px; white-space: pre-wrap; scrollbar-color: rgb(95, 99, 104) rgb(49, 54, 60); background-color: transparent !important;&quot;&gt;Database Operations&lt;/code&gt;&lt;/pre&gt;" vertex="1">
          <mxGeometry height="50" width="250" x="952" y="1230" as="geometry" />
        </mxCell>
      </root>
    </mxGraphModel>
  </diagram>
</mxfile>
